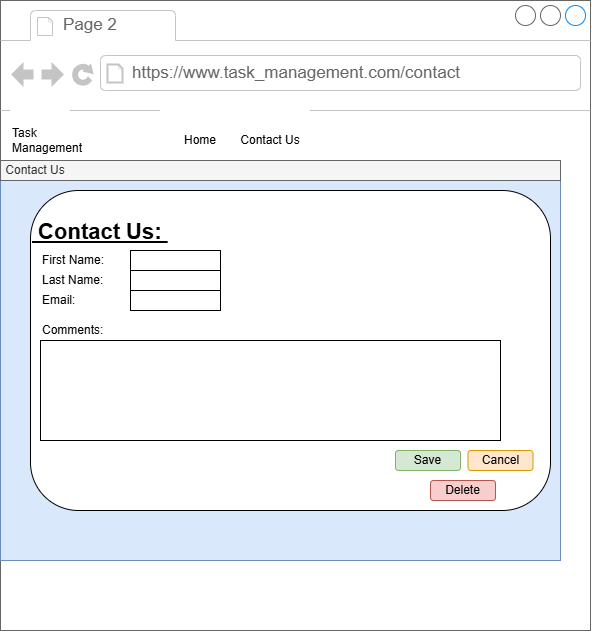
twittsack/task-mgmt-app-react keeps this draw.io diagram as wireframes/TaskMgmt_Contact.drawio.png. Above is the earlier version. Source tidied: cells renumbered, new cells last; positions are measured from the earlier drawing's top-left corner, leaving out a move shared by most shapes.
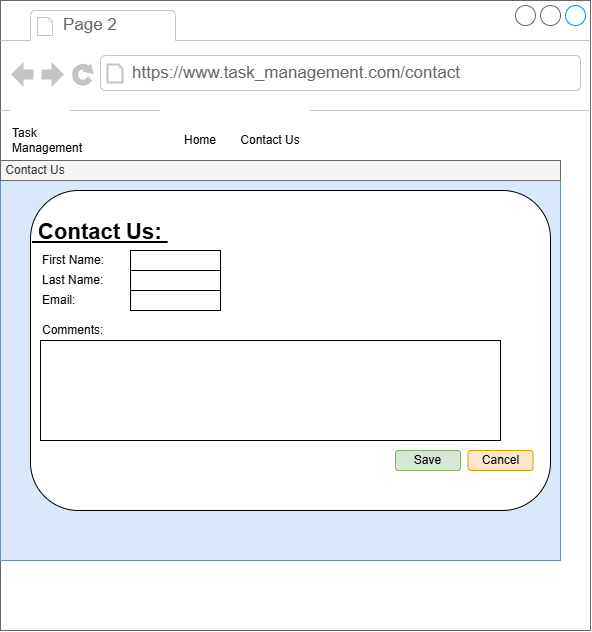
Above is the later version.

Commit message:
Modified wireframe for contact to remove delete button

Change to the diagram source:
```diff
@@ -35,9 +35,6 @@
     <mxCell id="12" value="Cancel" style="rounded=1;whiteSpace=wrap;html=1;roundedPerimeter=1;fillColor=#ffe6cc;strokeColor=#d79b00;" parent="2" vertex="1">
       <mxGeometry x="467.5" y="450" width="65" height="20" as="geometry" />
     </mxCell>
-    <mxCell id="13" value="Delete" style="rounded=1;whiteSpace=wrap;html=1;roundedPerimeter=1;fillColor=#f8cecc;strokeColor=#b85450;" parent="2" vertex="1">
-      <mxGeometry x="430" y="480" width="65" height="20" as="geometry" />
-    </mxCell>
     <mxCell id="14" value="First Name:" style="rounded=0;whiteSpace=wrap;html=1;align=left;strokeColor=none;" parent="2" vertex="1">
       <mxGeometry x="40" y="250" width="90" height="20" as="geometry" />
     </mxCell>
```
